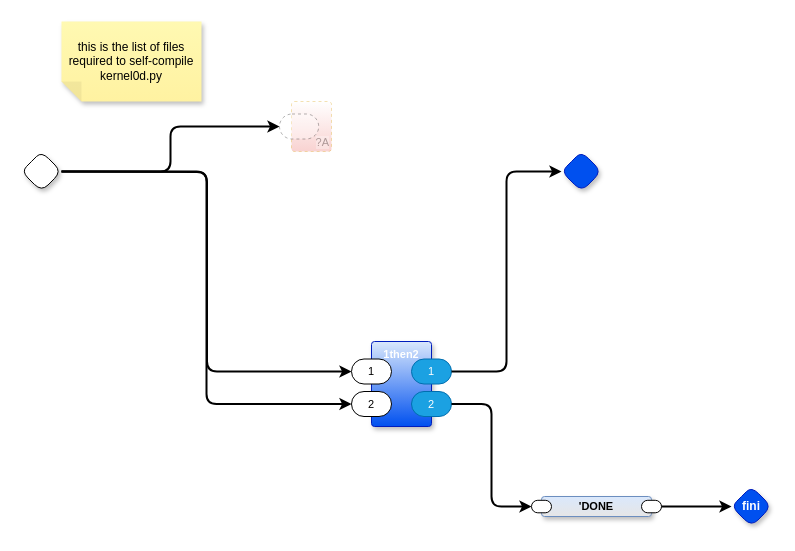
guitarvydas/rt keeps this draw.io diagram as page "List Filenames" (2 of 35) of rt2all.drawio. Above is the earlier version. Source tidied: cells renumbered, new cells numbered last; positions are measured from the earlier drawing's top-left corner, leaving out a move shared by most shapes. Both pictures are drawn from the tidied source at 100%, with x=0, y=0 at pixel (21, 21).
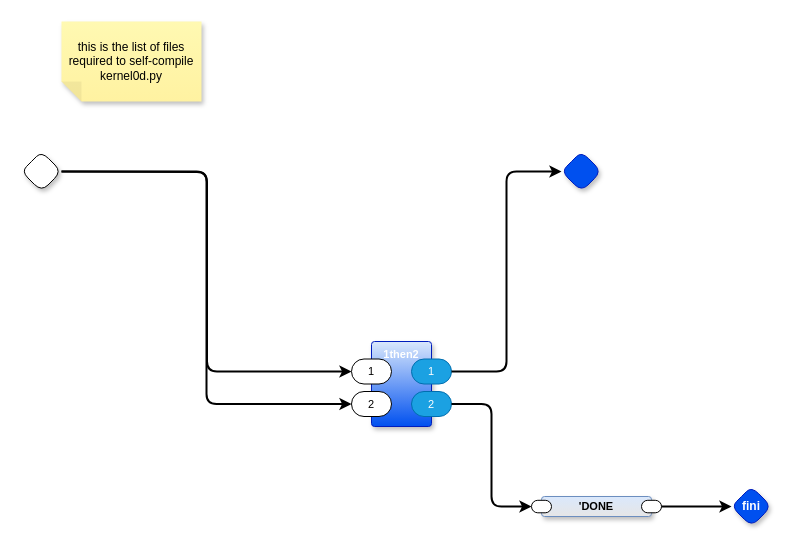
The same page after the edit.

Unchanged cells that the change refers to:
```xml
<mxCell id="15" style="rhombus;whiteSpace=wrap;html=1;rounded=1;fontStyle=1;glass=0;sketch=0;fontSize=12;points=[[0,0.5,0,0,0],[0.5,0,0,0,0],[0.5,1,0,0,0],[1,0.5,0,0,0]];shadow=1;fontFamily=Helvetica;fontColor=default;" parent="1" vertex="1">
  <mxGeometry y="130" width="40" height="40" as="geometry" />
</mxCell>
```

Change to the diagram source:
```diff
@@
-    <mxCell id="19" value="?A" style="rounded=1;whiteSpace=wrap;html=1;sketch=0;verticalAlign=bottom;arcSize=6;fontStyle=0;absoluteArcSize=1;shadow=0;strokeColor=#d79b00;fillColor=#FFFFFF;fontFamily=Helvetica;fontSize=11;dashed=1;opacity=30;align=right;textOpacity=30;gradientColor=#EA6B66;fontColor=default;labelBackgroundColor=default;" parent="1" vertex="1">
-      <mxGeometry x="270" y="80" width="40" height="50" as="geometry" />
-    </mxCell>
-    <mxCell id="20" style="rounded=1;whiteSpace=wrap;html=1;sketch=0;points=[[0,0.5,0,0,0],[1,0.5,0,0,0]];arcSize=50;fontFamily=Helvetica;fontSize=11;fontColor=default;dashed=1;textOpacity=50;opacity=30;fontStyle=0;labelBackgroundColor=default;" parent="19" vertex="1">
-      <mxGeometry x="-12" y="12.5" width="39.2" height="25" as="geometry" />
-    </mxCell>
-    <mxCell id="21" style="edgeStyle=orthogonalEdgeStyle;shape=connector;curved=0;rounded=1;jettySize=auto;html=1;exitX=1;exitY=0.5;exitDx=0;exitDy=0;exitPerimeter=0;entryX=0;entryY=0.5;entryDx=0;entryDy=0;entryPerimeter=0;strokeColor=default;strokeWidth=2;align=center;verticalAlign=middle;fontFamily=Helvetica;fontSize=11;fontColor=default;labelBackgroundColor=default;endArrow=classic;" parent="1" edge="1" source="15" target="20">
-      <mxGeometry relative="1" as="geometry" />
-    </mxCell>
```
